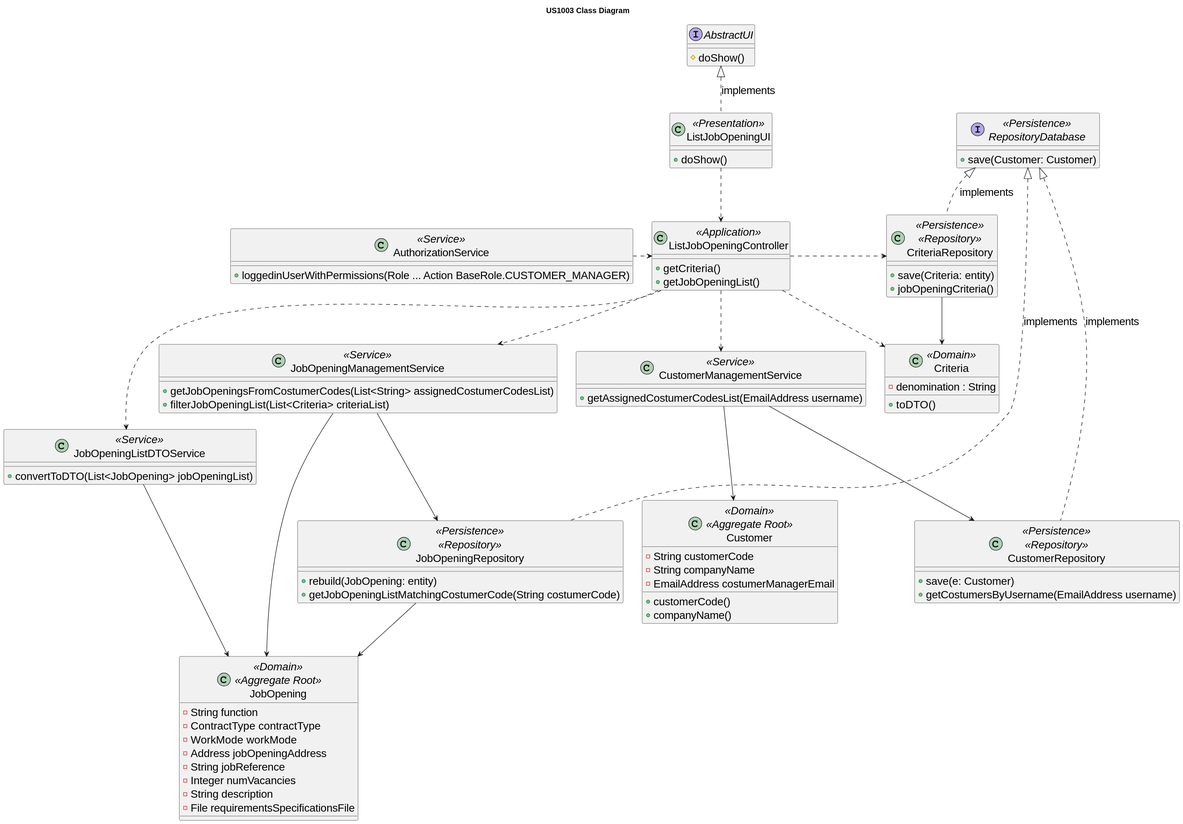
Earlier version of the PlantUML export docs/sb_us_1003/US1003_Class_Diagram/US1003_class_diagram.svg (rita-barbosa/LAPR4-2324).
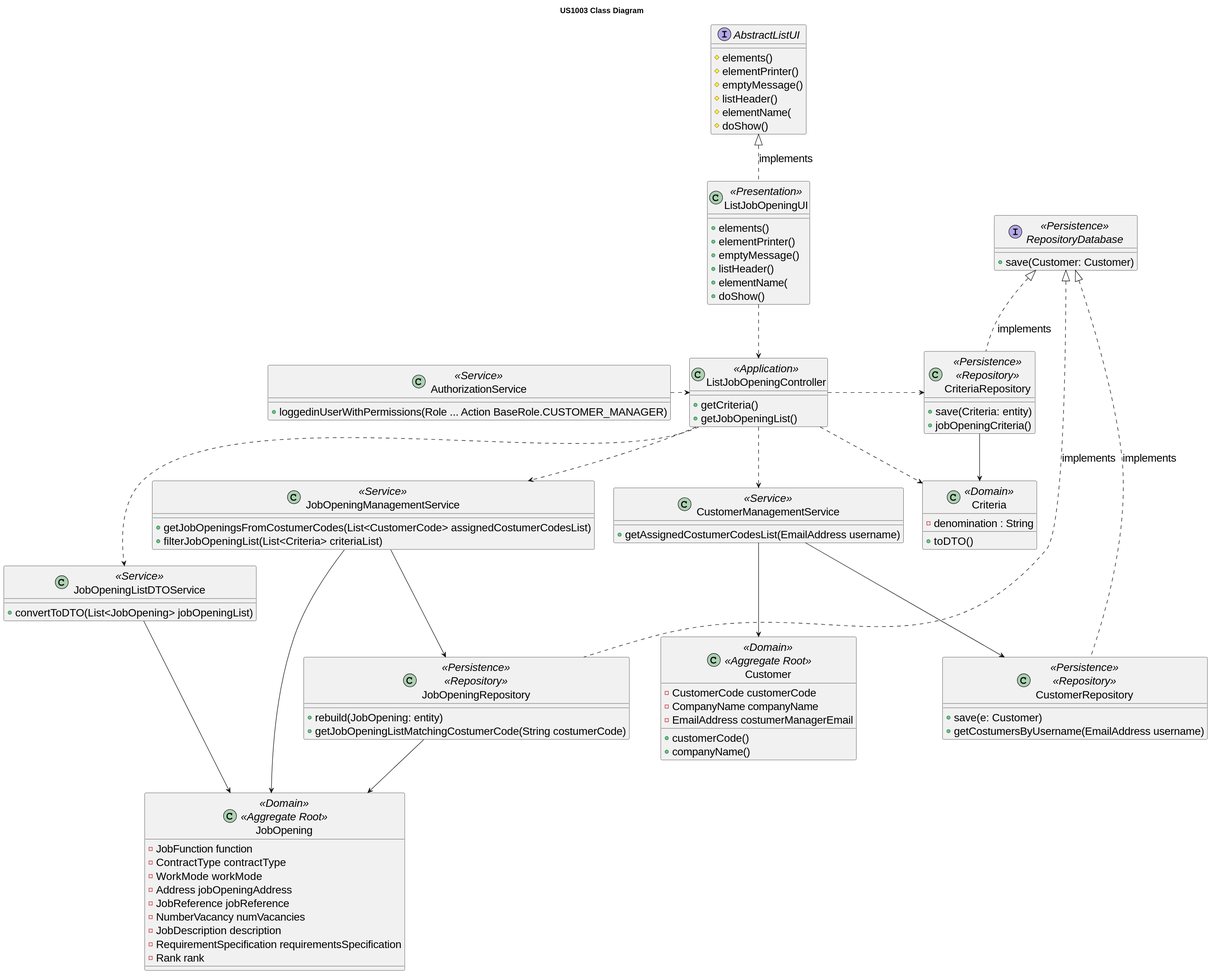
After the commit.

What changed in the source:
```diff
@@ -3,7 +3,12 @@
 
 title US1003 Class Diagram
 
-interface AbstractUI{
+interface AbstractListUI{
+# elements()
+# elementPrinter()
+# emptyMessage()
+# listHeader()
+# elementName(
 # doShow()
 }
 
@@ -12,15 +17,15 @@
 }
 
 class Customer <<Domain>> <<Aggregate Root>> {
-- String customerCode
-- String companyName
+- CustomerCode customerCode
+- CompanyName companyName
 - EmailAddress costumerManagerEmail
 + customerCode()
 + companyName()
 }
 
 class JobOpeningManagementService <<Service>> {
-+ getJobOpeningsFromCostumerCodes(List<String> assignedCostumerCodesList)
++ getJobOpeningsFromCostumerCodes(List<CustomerCode> assignedCostumerCodesList)
 + filterJobOpeningList(List<Criteria> criteriaList)
 }
 
@@ -29,6 +34,11 @@
 }
 
 class ListJobOpeningUI <<Presentation>> {
++ elements()
++ elementPrinter()
++ emptyMessage()
++ listHeader()
++ elementName(
 + doShow()
 }
 
@@ -47,14 +57,15 @@
 }
 
 class JobOpening <<Domain>> <<Aggregate Root>> {
-- String function
+- JobFunction function
 - ContractType contractType
 - WorkMode workMode
 - Address jobOpeningAddress
-- String jobReference
-- Integer numVacancies
-- String description
-- File requirementsSpecificationsFile
+- JobReference jobReference
+- NumberVacancy numVacancies
+- JobDescription description
+- RequirementSpecification requirementsSpecification
+- Rank rank
 }
 
 class JobOpeningRepository <<Persistence>> <<Repository>> {
@@ -98,7 +109,7 @@
 RepositoryDatabase <|.. CriteriaRepository : implements
 RepositoryDatabase <|.. CustomerRepository : implements
 
-AbstractUI <|.. ListJobOpeningUI : implements
+AbstractListUI <|.. ListJobOpeningUI : implements
 
 AuthorizationService .right.> ListJobOpeningController
 @enduml
```
